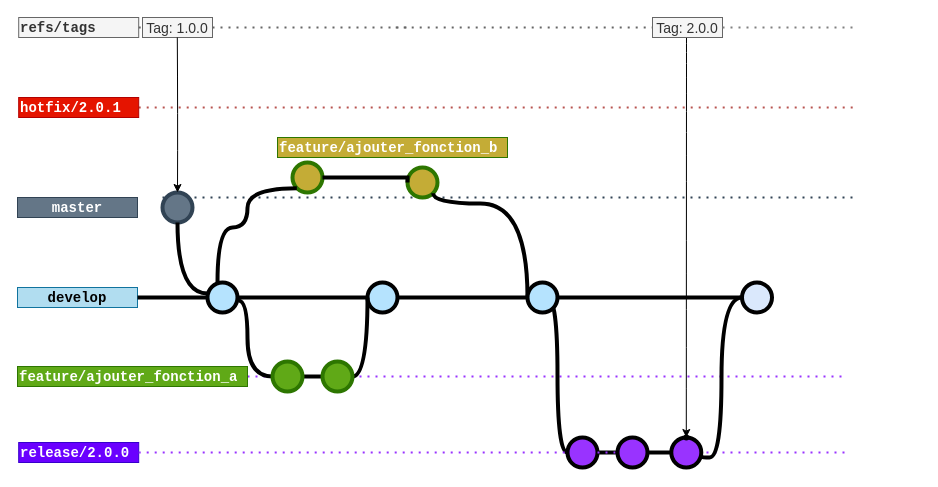
Above: page "gitflow et pipeline" (1 of 4) of BP_SAC_gitflow_NO_simultaneous delivery.drawio.drawio in jmrablat/GITFLOW-BP-SAC (draw.io), before the change. Source tidied: cells renumbered, new cells numbered last; positions are measured from the earlier drawing's top-left corner, leaving out a move shared by most shapes. Both pictures are drawn from the tidied source at 100%, with x=0, y=0 at pixel (17, 17).
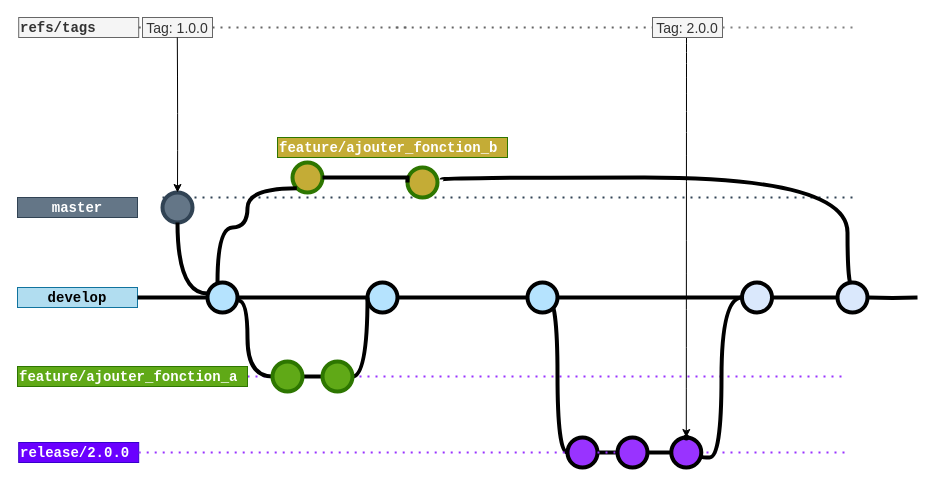
The same diagram, later.

Commit message:
décaler la livraison de fonction b

The change refers to these unchanged cells:
```xml
<mxCell id="8" style="verticalLabelPosition=bottom;verticalAlign=top;html=1;strokeWidth=4;shape=mxgraph.flowchart.on-page_reference;plain-blue;gradientColor=none;strokeColor=#000000;" parent="1" vertex="1">
  <mxGeometry x="724.5" y="265" width="30" height="30" as="geometry" />
</mxCell>
<mxCell id="40" style="verticalLabelPosition=bottom;verticalAlign=top;html=1;strokeWidth=4;shape=mxgraph.flowchart.on-page_reference;strokeColor=#2D7600;fillColor=#c4ac36;fontColor=#ffffff;" parent="1" vertex="1">
  <mxGeometry x="390" y="150" width="30" height="30" as="geometry" />
</mxCell>
<mxCell id="50" style="verticalLabelPosition=bottom;verticalAlign=top;html=1;strokeWidth=4;shape=mxgraph.flowchart.on-page_reference;plain-blue;gradientColor=none;fillColor=#B5E3Fe;strokeColor=#000000;" parent="1" vertex="1">
  <mxGeometry x="510" y="265" width="30" height="30" as="geometry" />
</mxCell>
```

The edit, as a diff of the source:
```diff
@@
-    <mxCell id="2" style="endArrow=none;dashed=1;html=1;dashPattern=1 3;strokeWidth=2;rounded=0;fontColor=#B85450;exitX=1;exitY=0.5;exitDx=0;exitDy=0;strokeColor=#B85450;" parent="1" edge="1" source="16">
-      <mxGeometry relative="1" as="geometry">
-        <mxPoint x="840" y="90" as="targetPoint" />
-      </mxGeometry>
-    </mxCell>
@@
-    <mxCell id="16" value="hotfix/2.0.1" style="text;html=1;strokeColor=#B20000;fillColor=#e51400;align=left;verticalAlign=middle;whiteSpace=wrap;overflow=hidden;fontSize=14;fontStyle=1;fontFamily=Courier New;fontColor=#ffffff;" parent="1" vertex="1">
-      <mxGeometry x="1.2" y="80" width="120" height="20" as="geometry" />
-    </mxCell>
@@
-    <mxCell id="49" style="edgeStyle=orthogonalEdgeStyle;curved=1;rounded=0;html=1;endArrow=none;endFill=0;jettySize=auto;strokeWidth=4;fontSize=15;exitX=0.855;exitY=0.855;exitDx=0;exitDy=0;exitPerimeter=0;entryX=0;entryY=0.5;entryDx=0;entryDy=0;entryPerimeter=0;" parent="1" edge="1" source="40" target="50">
+    <mxCell id="49" style="edgeStyle=orthogonalEdgeStyle;curved=1;rounded=0;html=1;endArrow=none;endFill=0;jettySize=auto;orthogonalLoop=1;strokeWidth=4;fontSize=15;entryX=0.5;entryY=0;entryDx=0;entryDy=0;entryPerimeter=0;exitX=1.133;exitY=0.233;exitDx=0;exitDy=0;exitPerimeter=0;" parent="1" edge="1">
       <mxGeometry relative="1" as="geometry">
+        <mxPoint x="424" y="162" as="sourcePoint" />
+        <mxPoint x="835" y="270" as="targetPoint" />
         <Array as="points">
-          <mxPoint x="416" y="186" />
-          <mxPoint x="510" y="186" />
+          <mxPoint x="424" y="160" />
+          <mxPoint x="830" y="160" />
+          <mxPoint x="830" y="270" />
         </Array>
       </mxGeometry>
     </mxCell>
@@
+    <mxCell id="52" style="edgeStyle=orthogonalEdgeStyle;rounded=0;html=1;jettySize=auto;plain-blue;endArrow=none;endFill=0;strokeWidth=4;strokeColor=#000000;entryX=1;entryY=0.5;entryDx=0;entryDy=0;entryPerimeter=0;" parent="1" edge="1" source="54" target="8">
+      <mxGeometry x="504.5" y="320" as="geometry" />
+    </mxCell>
+    <mxCell id="53" style="edgeStyle=orthogonalEdgeStyle;rounded=0;html=1;jettySize=auto;plain-blue;endArrow=none;endFill=0;strokeWidth=4;strokeColor=#000000;entryX=1;entryY=0.5;entryDx=0;entryDy=0;entryPerimeter=0;" parent="1" edge="1" target="54">
+      <mxGeometry x="504.5" y="320" as="geometry">
+        <mxPoint x="900" y="280" as="sourcePoint" />
+      </mxGeometry>
+    </mxCell>
+    <mxCell id="54" style="verticalLabelPosition=bottom;verticalAlign=top;html=1;strokeWidth=4;shape=mxgraph.flowchart.on-page_reference;plain-blue;gradientColor=none;strokeColor=#000000;" parent="1" vertex="1">
+      <mxGeometry x="820" y="265" width="30" height="30" as="geometry" />
+    </mxCell>
```
